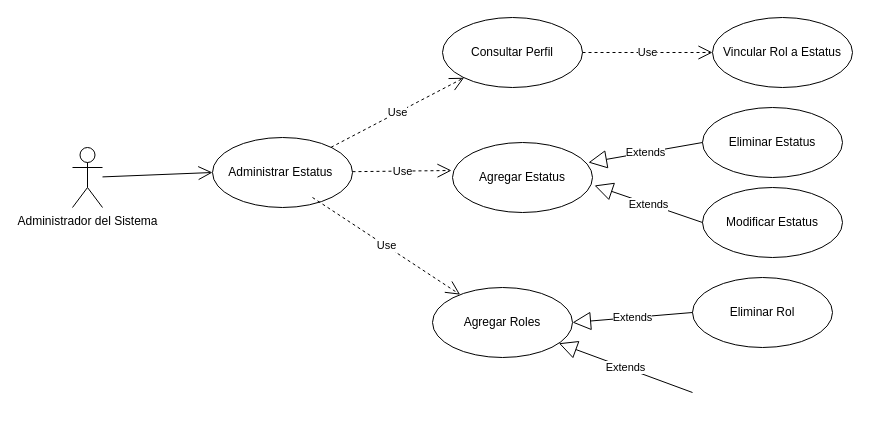
This is page "CU Estados" (13 of 13) of Diagramas de los Módulos.drawio from marguello86/Equipo1_MINSA, a draw.io file, before an edit. Source tidied: cells renumbered, new cells numbered last; positions are measured from the earlier drawing's top-left corner, leaving out a move shared by most shapes. Both pictures are drawn from the tidied source at 100%, with x=0, y=0 at pixel (72, 17).
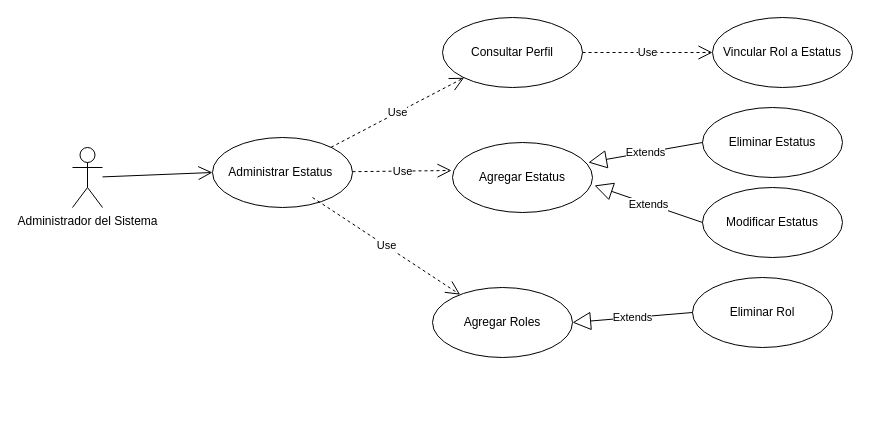
Above is the later version.

Unchanged cells that the change refers to:
```xml
<mxCell id="11" value="Agregar Roles" style="ellipse;whiteSpace=wrap;html=1;" parent="1" vertex="1">
  <mxGeometry x="360" y="270" width="140" height="70" as="geometry" />
</mxCell>
```

What changed in the source:
```diff
@@
-    <mxCell id="20" value="Extends" style="endArrow=block;endSize=16;endFill=0;html=1;rounded=0;exitX=0;exitY=0.5;exitDx=0;exitDy=0;" parent="1" edge="1" target="11">
-      <mxGeometry relative="1" as="geometry">
-        <mxPoint x="620" y="375" as="sourcePoint" />
-      </mxGeometry>
-    </mxCell>
```
